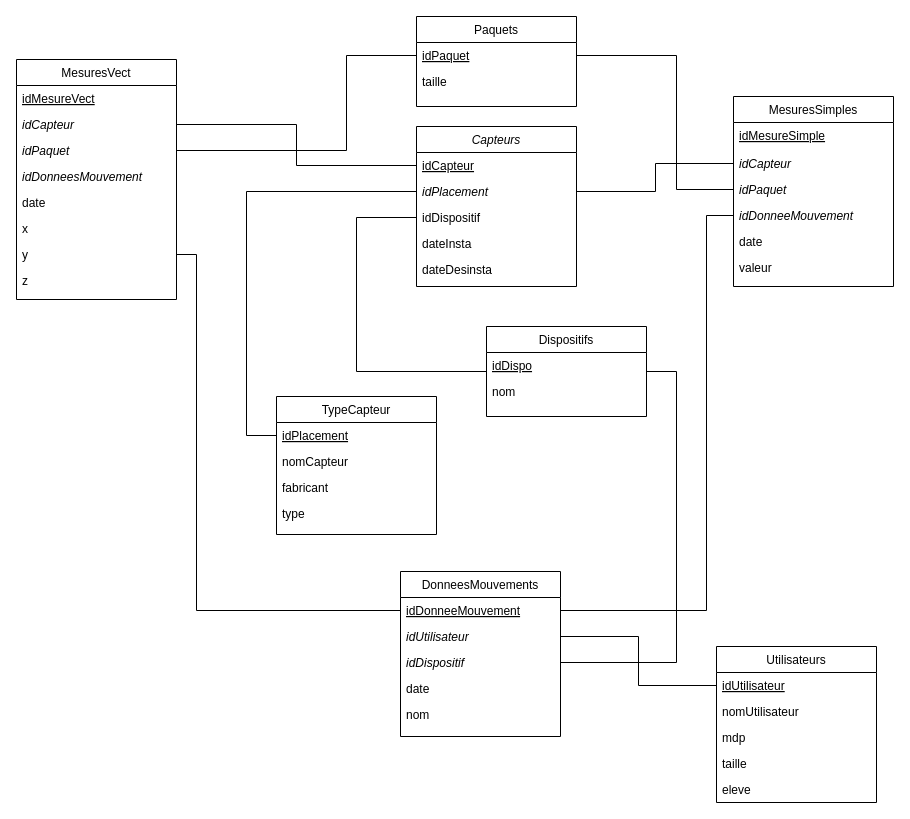
EnyoYoen/P2I-Gamers keeps this draw.io diagram as Schémas/schéma relationnel.drawio. Above is the earlier version. Source tidied: cells renumbered, new cells numbered last; positions are measured from the earlier drawing's top-left corner, leaving out a move shared by most shapes. Both pictures are drawn from the tidied source at 100%, with x=0, y=0 at pixel (16, 16).
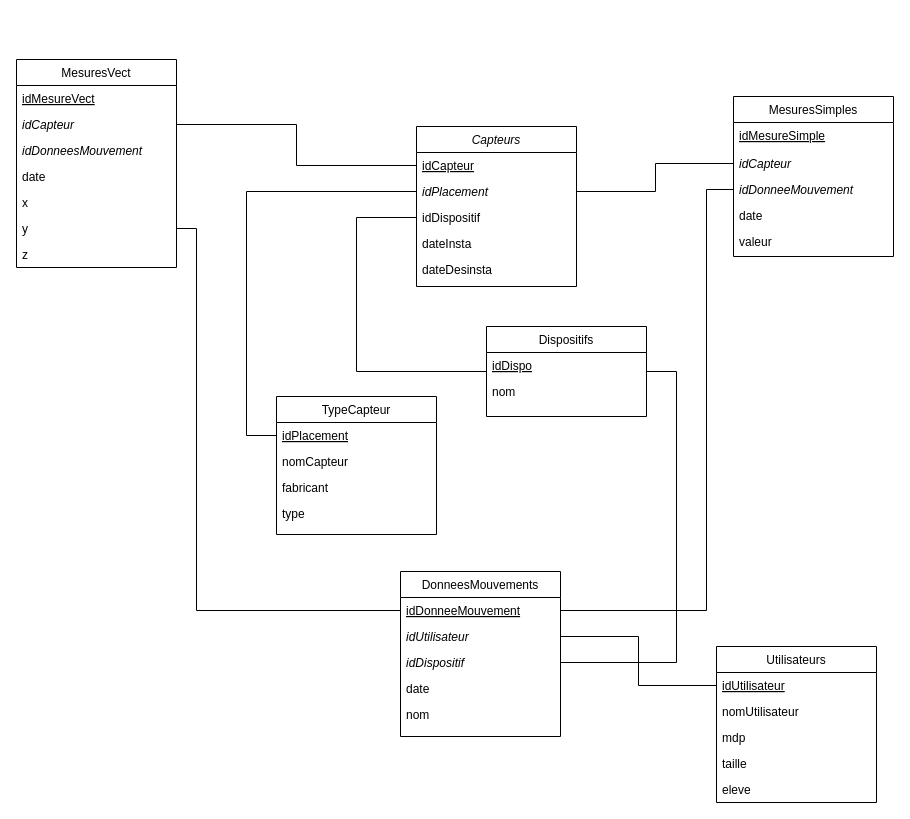
The same page after the edit.

What changed in the source:
```diff
@@
-    <mxCell id="8" value="Paquets" style="swimlane;fontStyle=0;align=center;verticalAlign=top;horizontal=1;startSize=26;rounded=0;shadow=0;strokeWidth=1;" parent="1" vertex="1">
-      <mxGeometry x="400" width="160" height="90" as="geometry" />
-    </mxCell>
-    <mxCell id="9" value="idPaquet" style="text;align=left;verticalAlign=top;spacingLeft=4;spacingRight=4;overflow=hidden;points=[[0,0.5],[1,0.5]];portConstraint=eastwest;fontStyle=4;" parent="8" vertex="1">
-      <mxGeometry y="26" width="160" height="26" as="geometry" />
-    </mxCell>
-    <mxCell id="10" value="taille" style="text;align=left;verticalAlign=top;spacingLeft=4;spacingRight=4;overflow=hidden;rounded=0;shadow=0;html=0;" parent="8" vertex="1">
-      <mxGeometry y="52" width="160" height="26" as="geometry" />
-    </mxCell>
     <mxCell id="11" value="MesuresVect" style="swimlane;fontStyle=0;align=center;verticalAlign=top;horizontal=1;startSize=26;rounded=0;shadow=0;strokeWidth=1;" parent="1" vertex="1">
-      <mxGeometry y="43" width="160" height="240" as="geometry" />
+      <mxGeometry y="43" width="160" height="208" as="geometry" />
     </mxCell>
@@
-    <mxCell id="14" value="idPaquet" style="text;align=left;verticalAlign=top;spacingLeft=4;spacingRight=4;overflow=hidden;points=[[0,0.5],[1,0.5]];portConstraint=eastwest;rounded=0;shadow=0;html=0;fontStyle=2;" parent="11" vertex="1">
-      <mxGeometry y="78" width="160" height="26" as="geometry" />
-    </mxCell>
     <mxCell id="15" value="idDonneesMouvement" style="text;align=left;verticalAlign=top;spacingLeft=4;spacingRight=4;overflow=hidden;rounded=0;shadow=0;html=0;fontStyle=2;" parent="11" vertex="1">
-      <mxGeometry y="104" width="160" height="26" as="geometry" />
+      <mxGeometry y="78" width="160" height="26" as="geometry" />
     </mxCell>
     <mxCell id="16" value="date" style="text;align=left;verticalAlign=top;spacingLeft=4;spacingRight=4;overflow=hidden;rounded=0;shadow=0;html=0;" parent="11" vertex="1">
-      <mxGeometry y="130" width="160" height="26" as="geometry" />
+      <mxGeometry y="104" width="160" height="26" as="geometry" />
     </mxCell>
     <mxCell id="17" value="x" style="text;align=left;verticalAlign=top;spacingLeft=4;spacingRight=4;overflow=hidden;rounded=0;shadow=0;html=0;" parent="11" vertex="1">
-      <mxGeometry y="156" width="160" height="26" as="geometry" />
+      <mxGeometry y="130" width="160" height="26" as="geometry" />
     </mxCell>
     <mxCell id="18" value="y" style="text;align=left;verticalAlign=top;spacingLeft=4;spacingRight=4;overflow=hidden;points=[[0,0.5],[1,0.5]];portConstraint=eastwest;rounded=0;shadow=0;html=0;" parent="11" vertex="1">
-      <mxGeometry y="182" width="160" height="26" as="geometry" />
+      <mxGeometry y="156" width="160" height="26" as="geometry" />
     </mxCell>
     <mxCell id="19" value="z" style="text;align=left;verticalAlign=top;spacingLeft=4;spacingRight=4;overflow=hidden;rounded=0;shadow=0;html=0;" parent="11" vertex="1">
-      <mxGeometry y="208" width="160" height="26" as="geometry" />
+      <mxGeometry y="182" width="160" height="26" as="geometry" />
     </mxCell>
     <mxCell id="20" value="MesuresSimples" style="swimlane;fontStyle=0;align=center;verticalAlign=top;horizontal=1;startSize=26;rounded=0;shadow=0;strokeWidth=1;" parent="1" vertex="1">
-      <mxGeometry x="717" y="80" width="160" height="190" as="geometry" />
+      <mxGeometry x="717" y="80" width="160" height="160" as="geometry" />
     </mxCell>
@@
-    <mxCell id="23" value="idPaquet" style="text;align=left;verticalAlign=top;spacingLeft=4;spacingRight=4;overflow=hidden;points=[[0,0.5],[1,0.5]];portConstraint=eastwest;rounded=0;shadow=0;html=0;fontStyle=2;" parent="20" vertex="1">
-      <mxGeometry y="80" width="160" height="26" as="geometry" />
-    </mxCell>
     <mxCell id="24" value="idDonneeMouvement" style="text;align=left;verticalAlign=top;spacingLeft=4;spacingRight=4;overflow=hidden;points=[[0,0.5],[1,0.5]];portConstraint=eastwest;rounded=0;shadow=0;html=0;fontStyle=2;" parent="20" vertex="1">
-      <mxGeometry y="106" width="160" height="26" as="geometry" />
+      <mxGeometry y="80" width="160" height="26" as="geometry" />
     </mxCell>
     <mxCell id="25" value="date" style="text;align=left;verticalAlign=top;spacingLeft=4;spacingRight=4;overflow=hidden;rounded=0;shadow=0;html=0;" parent="20" vertex="1">
-      <mxGeometry y="132" width="160" height="26" as="geometry" />
+      <mxGeometry y="106" width="160" height="26" as="geometry" />
     </mxCell>
     <mxCell id="26" value="valeur" style="text;align=left;verticalAlign=top;spacingLeft=4;spacingRight=4;overflow=hidden;rounded=0;shadow=0;html=0;" parent="20" vertex="1">
-      <mxGeometry y="158" width="160" height="26" as="geometry" />
+      <mxGeometry y="132" width="160" height="26" as="geometry" />
     </mxCell>
@@
-    <mxCell id="45" style="endArrow=none;shadow=0;strokeWidth=1;rounded=0;endFill=0;edgeStyle=elbowEdgeStyle;entryX=0;entryY=0.5;entryDx=0;entryDy=0;exitX=1;exitY=0.5;exitDx=0;exitDy=0;strokeColor=default;" parent="1" edge="1" source="9" target="23">
-      <mxGeometry x="0.5" y="41" relative="1" as="geometry">
-        <Array as="points">
-          <mxPoint x="660" y="100" />
-        </Array>
-        <mxPoint x="-40" y="32" as="offset" />
-      </mxGeometry>
-    </mxCell>
-    <mxCell id="46" style="endArrow=none;shadow=0;strokeWidth=1;rounded=0;endFill=0;edgeStyle=elbowEdgeStyle;entryX=0;entryY=0.5;entryDx=0;entryDy=0;exitX=1;exitY=0.5;exitDx=0;exitDy=0;strokeColor=default;" parent="1" edge="1" source="14" target="9">
-      <mxGeometry x="0.5" y="41" relative="1" as="geometry">
-        <Array as="points">
-          <mxPoint x="330" y="90" />
-        </Array>
-        <mxPoint x="-40" y="32" as="offset" />
-      </mxGeometry>
-    </mxCell>
```
